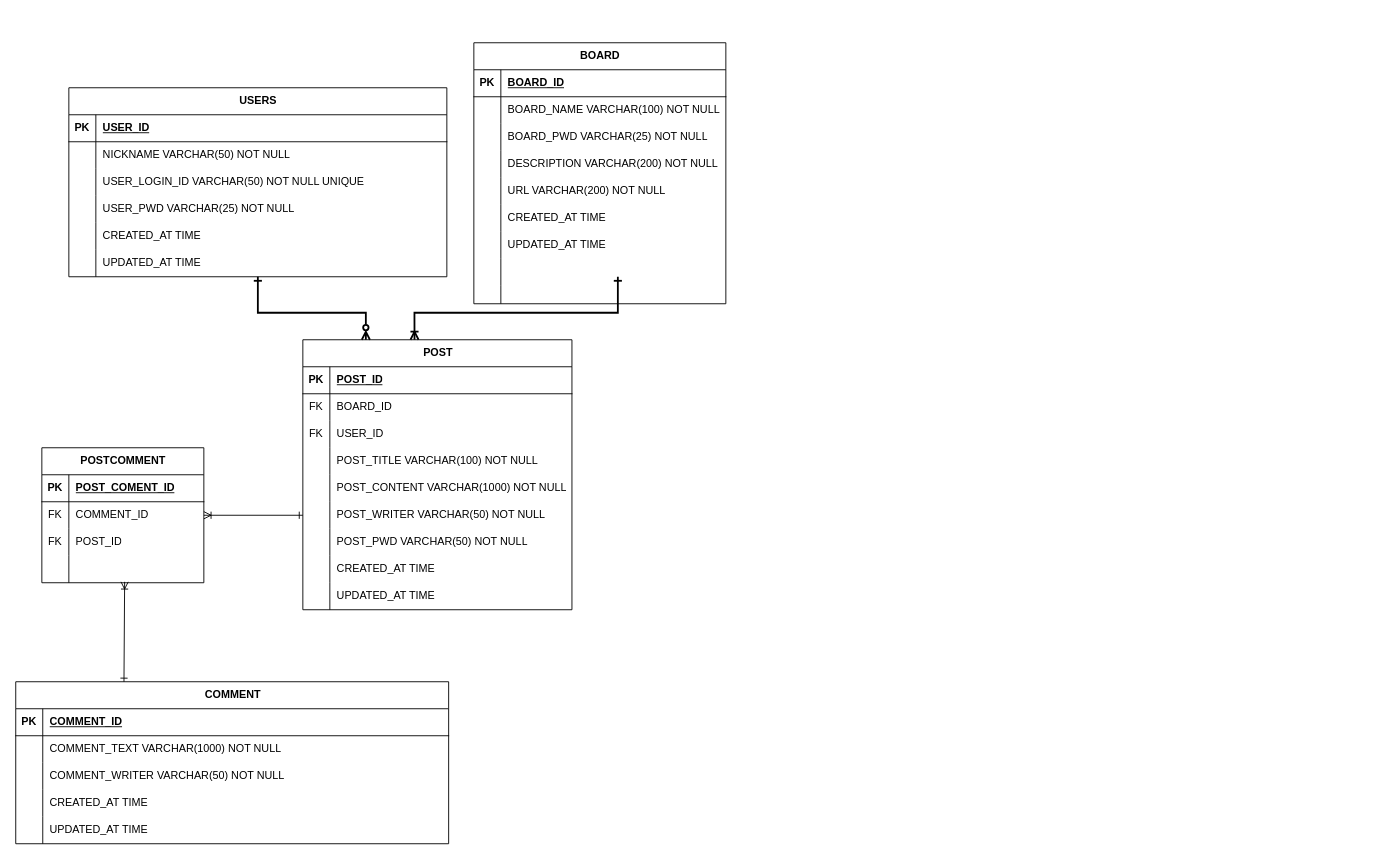
Earlier version of the draw.io diagram dev-kor-erd.drawio (choiminwoo2/data-storage). Source tidied: cells renumbered, new cells numbered last; positions are measured from the earlier drawing's top-left corner, leaving out a move shared by most shapes. Both pictures are drawn from the tidied source at 90%, with x=0, y=0 at pixel (15, 42).
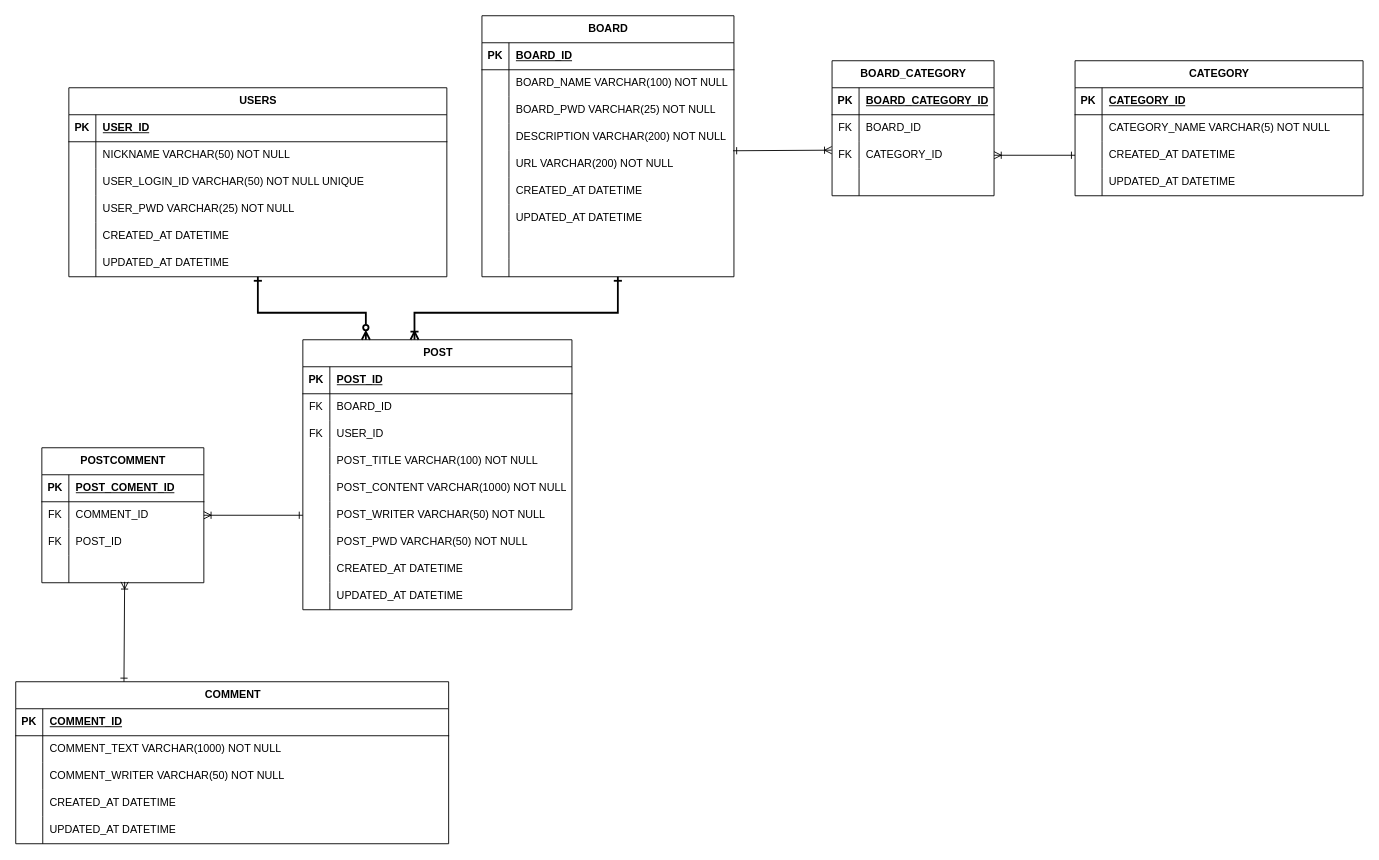
Above is the later version.

Unchanged cells that the change refers to:
```xml
<mxCell id="24" style="shape=tableRow;horizontal=0;startSize=0;swimlaneHead=0;swimlaneBody=0;fillColor=none;top=0;left=0;right=0;bottom=0;" parent="2" vertex="1">
  <mxGeometry y="240" width="299" height="30" as="geometry" />
</mxCell>
<mxCell id="27" style="shape=tableRow;horizontal=0;startSize=0;swimlaneHead=0;swimlaneBody=0;fillColor=none;top=0;left=0;right=0;bottom=0;" parent="2" vertex="1">
  <mxGeometry y="270" width="299" height="30" as="geometry" />
</mxCell>
<mxCell id="46" style="shape=tableRow;horizontal=0;startSize=0;swimlaneHead=0;swimlaneBody=0;fillColor=none;top=0;left=0;right=0;bottom=0;" parent="30" vertex="1">
  <mxGeometry y="180" width="280" height="30" as="geometry" />
</mxCell>
<mxCell id="49" style="shape=tableRow;horizontal=0;startSize=0;swimlaneHead=0;swimlaneBody=0;fillColor=none;top=0;left=0;right=0;bottom=0;" parent="30" vertex="1">
  <mxGeometry y="210" width="280" height="30" as="geometry" />
</mxCell>
<mxCell id="69" style="shape=tableRow;horizontal=0;startSize=0;swimlaneHead=0;swimlaneBody=0;fillColor=none;top=0;left=0;right=0;bottom=0;" parent="59" vertex="1">
  <mxGeometry y="120" width="481" height="30" as="geometry" />
</mxCell>
<mxCell id="72" style="shape=tableRow;horizontal=0;startSize=0;swimlaneHead=0;swimlaneBody=0;fillColor=none;top=0;left=0;right=0;bottom=0;" parent="59" vertex="1">
  <mxGeometry y="150" width="481" height="30" as="geometry" />
</mxCell>
<mxCell id="88" style="shape=tableRow;horizontal=0;startSize=0;swimlaneHead=0;swimlaneBody=0;fillColor=none;top=0;left=0;right=0;bottom=0;" parent="75" vertex="1">
  <mxGeometry y="150" width="420" height="30" as="geometry" />
</mxCell>
<mxCell id="91" style="shape=tableRow;horizontal=0;startSize=0;swimlaneHead=0;swimlaneBody=0;fillColor=none;top=0;left=0;right=0;bottom=0;" parent="75" vertex="1">
  <mxGeometry y="180" width="420" height="30" as="geometry" />
</mxCell>
```

Change to the diagram source:
```diff
@@
-    <mxCell id="26" value="CREATED_AT TIME" style="shape=partialRectangle;fillColor=none;top=0;left=0;bottom=0;right=0;align=left;spacingLeft=6;overflow=hidden;whiteSpace=wrap;html=1;" parent="24" vertex="1">
+    <mxCell id="26" value="CREATED_AT DATETIME" style="shape=partialRectangle;fillColor=none;top=0;left=0;bottom=0;right=0;align=left;spacingLeft=6;overflow=hidden;whiteSpace=wrap;html=1;" parent="24" vertex="1">
       <mxGeometry x="30" width="269" height="30" as="geometry" />
     </mxCell>
@@
-    <mxCell id="29" value="UPDATED_AT TIME" style="shape=partialRectangle;fillColor=none;top=0;left=0;bottom=0;right=0;align=left;spacingLeft=6;overflow=hidden;whiteSpace=wrap;html=1;" parent="27" vertex="1">
+    <mxCell id="29" value="UPDATED_AT DATETIME" style="shape=partialRectangle;fillColor=none;top=0;left=0;bottom=0;right=0;align=left;spacingLeft=6;overflow=hidden;whiteSpace=wrap;html=1;" parent="27" vertex="1">
       <mxGeometry x="30" width="269" height="30" as="geometry" />
     </mxCell>
     <mxCell id="30" value="BOARD" style="shape=table;startSize=30;childLayout=tableLayout;rowLines=0;fontStyle=1;align=center;html=1;" parent="1" vertex="1">
-      <mxGeometry x="509" width="280" height="290" as="geometry" />
+      <mxGeometry x="518" y="-30" width="280" height="290" as="geometry" />
     </mxCell>
@@
-    <mxCell id="48" value="CREATED_AT TIME" style="shape=partialRectangle;fillColor=none;top=0;left=0;bottom=0;right=0;align=left;spacingLeft=6;overflow=hidden;whiteSpace=wrap;html=1;" parent="46" vertex="1">
+    <mxCell id="48" value="CREATED_AT DATETIME" style="shape=partialRectangle;fillColor=none;top=0;left=0;bottom=0;right=0;align=left;spacingLeft=6;overflow=hidden;whiteSpace=wrap;html=1;" parent="46" vertex="1">
       <mxGeometry x="30" width="250" height="30" as="geometry" />
     </mxCell>
@@
-    <mxCell id="51" value="UPDATED_AT TIME" style="shape=partialRectangle;fillColor=none;top=0;left=0;bottom=0;right=0;align=left;spacingLeft=6;overflow=hidden;whiteSpace=wrap;html=1;" parent="49" vertex="1">
+    <mxCell id="51" value="UPDATED_AT DATETIME" style="shape=partialRectangle;fillColor=none;top=0;left=0;bottom=0;right=0;align=left;spacingLeft=6;overflow=hidden;whiteSpace=wrap;html=1;" parent="49" vertex="1">
       <mxGeometry x="30" width="250" height="30" as="geometry" />
     </mxCell>
@@
-    <mxCell id="71" value="CREATED_AT TIME" style="shape=partialRectangle;fillColor=none;top=0;left=0;bottom=0;right=0;align=left;spacingLeft=6;overflow=hidden;whiteSpace=wrap;html=1;" parent="69" vertex="1">
+    <mxCell id="71" value="CREATED_AT DATETIME" style="shape=partialRectangle;fillColor=none;top=0;left=0;bottom=0;right=0;align=left;spacingLeft=6;overflow=hidden;whiteSpace=wrap;html=1;" parent="69" vertex="1">
       <mxGeometry x="30" width="451" height="30" as="geometry" />
     </mxCell>
@@
-    <mxCell id="74" value="UPDATED_AT TIME" style="shape=partialRectangle;fillColor=none;top=0;left=0;bottom=0;right=0;align=left;spacingLeft=6;overflow=hidden;whiteSpace=wrap;html=1;" parent="72" vertex="1">
+    <mxCell id="74" value="UPDATED_AT DATETIME" style="shape=partialRectangle;fillColor=none;top=0;left=0;bottom=0;right=0;align=left;spacingLeft=6;overflow=hidden;whiteSpace=wrap;html=1;" parent="72" vertex="1">
       <mxGeometry x="30" width="451" height="30" as="geometry" />
     </mxCell>
@@
-    <mxCell id="90" value="CREATED_AT TIME" style="shape=partialRectangle;fillColor=none;top=0;left=0;bottom=0;right=0;align=left;spacingLeft=6;overflow=hidden;whiteSpace=wrap;html=1;" parent="88" vertex="1">
+    <mxCell id="90" value="CREATED_AT DATETIME" style="shape=partialRectangle;fillColor=none;top=0;left=0;bottom=0;right=0;align=left;spacingLeft=6;overflow=hidden;whiteSpace=wrap;html=1;" parent="88" vertex="1">
       <mxGeometry x="30" width="390" height="30" as="geometry" />
     </mxCell>
@@
-    <mxCell id="93" value="UPDATED_AT TIME" style="shape=partialRectangle;fillColor=none;top=0;left=0;bottom=0;right=0;align=left;spacingLeft=6;overflow=hidden;whiteSpace=wrap;html=1;" parent="91" vertex="1">
+    <mxCell id="93" value="UPDATED_AT DATETIME" style="shape=partialRectangle;fillColor=none;top=0;left=0;bottom=0;right=0;align=left;spacingLeft=6;overflow=hidden;whiteSpace=wrap;html=1;" parent="91" vertex="1">
       <mxGeometry x="30" width="390" height="30" as="geometry" />
     </mxCell>
@@
+    <mxCell id="110" value="BOARD_CATEGORY" style="shape=table;startSize=30;childLayout=tableLayout;rowLines=0;fontStyle=1;align=center;html=1;" parent="1" vertex="1">
+      <mxGeometry x="907" y="20" width="180" height="150" as="geometry" />
+    </mxCell>
+    <mxCell id="111" style="shape=tableRow;horizontal=0;startSize=0;swimlaneHead=0;swimlaneBody=0;fillColor=none;top=0;left=0;right=0;bottom=1;" parent="110" vertex="1">
+      <mxGeometry y="30" width="180" height="30" as="geometry" />
+    </mxCell>
+    <mxCell id="112" value="PK" style="shape=partialRectangle;fillColor=none;top=0;left=0;bottom=0;right=0;fontStyle=1;overflow=hidden;whiteSpace=wrap;html=1;" parent="111" vertex="1">
+      <mxGeometry width="30" height="30" as="geometry" />
+    </mxCell>
+    <mxCell id="113" value="BOARD_CATEGORY_ID" style="shape=partialRectangle;fillColor=none;top=0;left=0;bottom=0;right=0;align=left;spacingLeft=6;fontStyle=5;overflow=hidden;whiteSpace=wrap;html=1;" parent="111" vertex="1">
+      <mxGeometry x="30" width="150" height="30" as="geometry" />
+    </mxCell>
+    <mxCell id="114" style="shape=tableRow;horizontal=0;startSize=0;swimlaneHead=0;swimlaneBody=0;fillColor=none;top=0;left=0;right=0;bottom=0;" parent="110" vertex="1">
+      <mxGeometry y="60" width="180" height="30" as="geometry" />
+    </mxCell>
+    <mxCell id="115" value="FK" style="shape=partialRectangle;fillColor=none;top=0;left=0;bottom=0;right=0;overflow=hidden;whiteSpace=wrap;html=1;" parent="114" vertex="1">
+      <mxGeometry width="30" height="30" as="geometry" />
+    </mxCell>
+    <mxCell id="116" value="BOARD_ID" style="shape=partialRectangle;fillColor=none;top=0;left=0;bottom=0;right=0;align=left;spacingLeft=6;overflow=hidden;whiteSpace=wrap;html=1;" parent="114" vertex="1">
+      <mxGeometry x="30" width="150" height="30" as="geometry" />
+    </mxCell>
+    <mxCell id="117" style="shape=tableRow;horizontal=0;startSize=0;swimlaneHead=0;swimlaneBody=0;fillColor=none;points=[[0,0.5],[1,0.5]];portConstraint=eastwest;top=0;left=0;right=0;bottom=0;" parent="110" vertex="1">
+      <mxGeometry y="90" width="180" height="30" as="geometry" />
+    </mxCell>
+    <mxCell id="118" value="FK" style="shape=partialRectangle;fillColor=none;top=0;left=0;bottom=0;right=0;overflow=hidden;whiteSpace=wrap;html=1;" parent="117" vertex="1">
+      <mxGeometry width="30" height="30" as="geometry" />
+    </mxCell>
+    <mxCell id="119" value="CATEGORY_ID" style="shape=partialRectangle;fillColor=none;top=0;left=0;bottom=0;right=0;align=left;spacingLeft=6;overflow=hidden;whiteSpace=wrap;html=1;" parent="117" vertex="1">
+      <mxGeometry x="30" width="150" height="30" as="geometry" />
+    </mxCell>
+    <mxCell id="120" style="shape=tableRow;horizontal=0;startSize=0;swimlaneHead=0;swimlaneBody=0;fillColor=none;top=0;left=0;right=0;bottom=0;" parent="110" vertex="1">
+      <mxGeometry y="120" width="180" height="30" as="geometry" />
+    </mxCell>
+    <mxCell id="121" style="shape=partialRectangle;fillColor=none;top=0;left=0;bottom=0;right=0;overflow=hidden;whiteSpace=wrap;html=1;" parent="120" vertex="1">
+      <mxGeometry width="30" height="30" as="geometry" />
+    </mxCell>
+    <mxCell id="122" style="shape=partialRectangle;fillColor=none;top=0;left=0;bottom=0;right=0;align=left;spacingLeft=6;overflow=hidden;whiteSpace=wrap;html=1;" parent="120" vertex="1">
+      <mxGeometry x="30" width="150" height="30" as="geometry" />
+    </mxCell>
+    <mxCell id="123" value="CATEGORY" style="shape=table;startSize=30;childLayout=tableLayout;rowLines=0;fontStyle=1;align=center;html=1;" parent="1" vertex="1">
+      <mxGeometry x="1177" y="20" width="320" height="150" as="geometry" />
+    </mxCell>
+    <mxCell id="124" style="shape=tableRow;horizontal=0;startSize=0;swimlaneHead=0;swimlaneBody=0;fillColor=none;top=0;left=0;right=0;bottom=1;" parent="123" vertex="1">
+      <mxGeometry y="30" width="320" height="30" as="geometry" />
+    </mxCell>
+    <mxCell id="125" value="PK" style="shape=partialRectangle;fillColor=none;top=0;left=0;bottom=0;right=0;fontStyle=1;overflow=hidden;whiteSpace=wrap;html=1;" parent="124" vertex="1">
+      <mxGeometry width="30" height="30" as="geometry" />
+    </mxCell>
+    <mxCell id="126" value="CATEGORY_ID" style="shape=partialRectangle;fillColor=none;top=0;left=0;bottom=0;right=0;align=left;spacingLeft=6;fontStyle=5;overflow=hidden;whiteSpace=wrap;html=1;" parent="124" vertex="1">
+      <mxGeometry x="30" width="290" height="30" as="geometry" />
+    </mxCell>
+    <mxCell id="127" style="shape=tableRow;horizontal=0;startSize=0;swimlaneHead=0;swimlaneBody=0;fillColor=none;top=0;left=0;right=0;bottom=0;" parent="123" vertex="1">
+      <mxGeometry y="60" width="320" height="30" as="geometry" />
+    </mxCell>
+    <mxCell id="128" style="shape=partialRectangle;fillColor=none;top=0;left=0;bottom=0;right=0;overflow=hidden;whiteSpace=wrap;html=1;" parent="127" vertex="1">
+      <mxGeometry width="30" height="30" as="geometry" />
+    </mxCell>
+    <mxCell id="129" value="CATEGORY_NAME VARCHAR(5) NOT NULL" style="shape=partialRectangle;fillColor=none;top=0;left=0;bottom=0;right=0;align=left;spacingLeft=6;overflow=hidden;whiteSpace=wrap;html=1;" parent="127" vertex="1">
+      <mxGeometry x="30" width="290" height="30" as="geometry" />
+    </mxCell>
+    <mxCell id="130" style="shape=tableRow;horizontal=0;startSize=0;swimlaneHead=0;swimlaneBody=0;fillColor=none;points=[[0,0.5],[1,0.5]];portConstraint=eastwest;top=0;left=0;right=0;bottom=0;" parent="123" vertex="1">
+      <mxGeometry y="90" width="320" height="30" as="geometry" />
+    </mxCell>
+    <mxCell id="131" style="shape=partialRectangle;fillColor=none;top=0;left=0;bottom=0;right=0;overflow=hidden;whiteSpace=wrap;html=1;" parent="130" vertex="1">
+      <mxGeometry width="30" height="30" as="geometry" />
+    </mxCell>
+    <mxCell id="132" value="CREATED_AT DATETIME" style="shape=partialRectangle;fillColor=none;top=0;left=0;bottom=0;right=0;align=left;spacingLeft=6;overflow=hidden;whiteSpace=wrap;html=1;" parent="130" vertex="1">
+      <mxGeometry x="30" width="290" height="30" as="geometry" />
+    </mxCell>
+    <mxCell id="133" style="shape=tableRow;horizontal=0;startSize=0;swimlaneHead=0;swimlaneBody=0;fillColor=none;top=0;left=0;right=0;bottom=0;" parent="123" vertex="1">
+      <mxGeometry y="120" width="320" height="30" as="geometry" />
+    </mxCell>
+    <mxCell id="134" style="shape=partialRectangle;fillColor=none;top=0;left=0;bottom=0;right=0;overflow=hidden;whiteSpace=wrap;html=1;" parent="133" vertex="1">
+      <mxGeometry width="30" height="30" as="geometry" />
+    </mxCell>
+    <mxCell id="135" value="UPDATED_AT DATETIME" style="shape=partialRectangle;fillColor=none;top=0;left=0;bottom=0;right=0;align=left;spacingLeft=6;overflow=hidden;whiteSpace=wrap;html=1;" parent="133" vertex="1">
+      <mxGeometry x="30" width="290" height="30" as="geometry" />
+    </mxCell>
+    <mxCell id="136" style="endArrow=ERoneToMany;html=1;rounded=0;entryX=-0.002;entryY=0.312;entryDx=0;entryDy=0;entryPerimeter=0;startArrow=ERone;startFill=0;endFill=0;" parent="1" edge="1" target="117">
+      <mxGeometry relative="1" as="geometry">
+        <mxPoint x="797" y="120" as="sourcePoint" />
+      </mxGeometry>
+    </mxCell>
+    <mxCell id="137" style="endArrow=ERone;html=1;rounded=0;exitX=1;exitY=0.5;exitDx=0;exitDy=0;entryX=0;entryY=0.5;entryDx=0;entryDy=0;startArrow=ERoneToMany;startFill=0;endFill=0;" parent="1" edge="1" source="117" target="130">
+      <mxGeometry relative="1" as="geometry" />
+    </mxCell>
```
